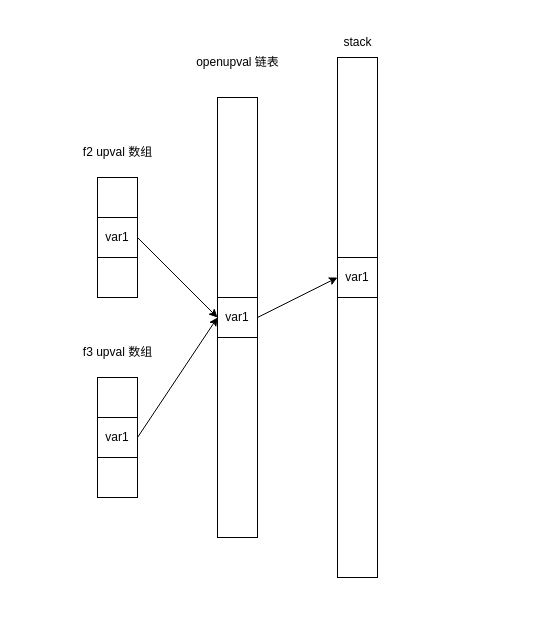
This is blog/lua-upval-open-close.drawio from antsmallant/MyDraw, a draw.io file, before an edit. Source tidied: cells renumbered, new cells numbered last; positions are measured from the earlier drawing's top-left corner, leaving out a move shared by most shapes. Both pictures are drawn from the tidied source at 100%, with x=0, y=0 at pixel (72, 27).
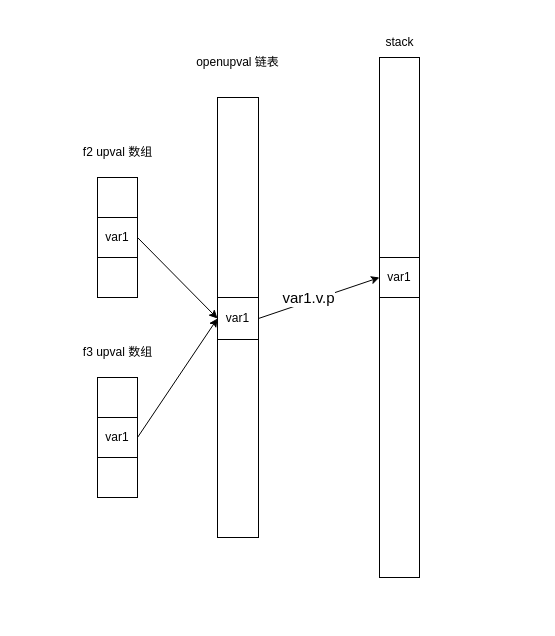
The same page after the edit.

The change refers to these unchanged cells:
```xml
<mxCell id="20" style="endArrow=classic;html=1;rounded=0;exitX=1;exitY=0.5;exitDx=0;exitDy=0;entryX=0;entryY=0.5;entryDx=0;entryDy=0;" parent="1" edge="1" source="12" target="15">
  <mxGeometry relative="1" as="geometry" />
</mxCell>
```

The edit, as a diff of the source:
```diff
@@
+    <mxCell id="21" style="rounded=0;whiteSpace=wrap;html=1;strokeColor=none;fillColor=none;" parent="1" vertex="1">
+      <mxGeometry x="-55" y="-10" width="521" height="602" as="geometry" />
+    </mxCell>
@@
     <mxCell id="10" style="rounded=0;whiteSpace=wrap;html=1;" parent="1" vertex="1">
-      <mxGeometry x="145" y="70" width="40" height="200" as="geometry" />
+      <mxGeometry x="145" y="70" width="41" height="202" as="geometry" />
     </mxCell>
     <mxCell id="11" style="rounded=0;whiteSpace=wrap;html=1;" parent="1" vertex="1">
-      <mxGeometry x="145" y="310" width="40" height="200" as="geometry" />
+      <mxGeometry x="145" y="312" width="41" height="198" as="geometry" />
     </mxCell>
     <mxCell id="12" value="var1" style="rounded=0;whiteSpace=wrap;html=1;" parent="1" vertex="1">
-      <mxGeometry x="145" y="270" width="40" height="40" as="geometry" />
+      <mxGeometry x="145" y="270" width="41" height="42" as="geometry" />
     </mxCell>
@@
     <mxCell id="14" style="rounded=0;whiteSpace=wrap;html=1;" parent="1" vertex="1">
-      <mxGeometry x="265" y="270" width="40" height="280" as="geometry" />
+      <mxGeometry x="307" y="270" width="40" height="280" as="geometry" />
     </mxCell>
     <mxCell id="15" value="var1" style="rounded=0;whiteSpace=wrap;html=1;" parent="1" vertex="1">
-      <mxGeometry x="265" y="230" width="40" height="40" as="geometry" />
+      <mxGeometry x="307" y="230" width="40" height="40" as="geometry" />
     </mxCell>
     <mxCell id="16" style="rounded=0;whiteSpace=wrap;html=1;" parent="1" vertex="1">
-      <mxGeometry x="265" y="30" width="40" height="200" as="geometry" />
+      <mxGeometry x="307" y="30" width="40" height="200" as="geometry" />
     </mxCell>
     <mxCell id="17" value="stack" style="text;html=1;align=center;verticalAlign=middle;strokeColor=none;fillColor=none;" parent="1" vertex="1">
-      <mxGeometry x="260" width="50" height="30" as="geometry" />
+      <mxGeometry x="302" width="50" height="30" as="geometry" />
     </mxCell>
@@
+    <mxCell id="22" value="&lt;font style=&quot;font-size: 15px;&quot;&gt;var1.v.p&lt;/font&gt;" style="edgeLabel;html=1;align=center;verticalAlign=middle;" parent="20" vertex="1">
+      <mxGeometry x="-0.15" y="4" relative="1" as="geometry" />
+    </mxCell>
```
